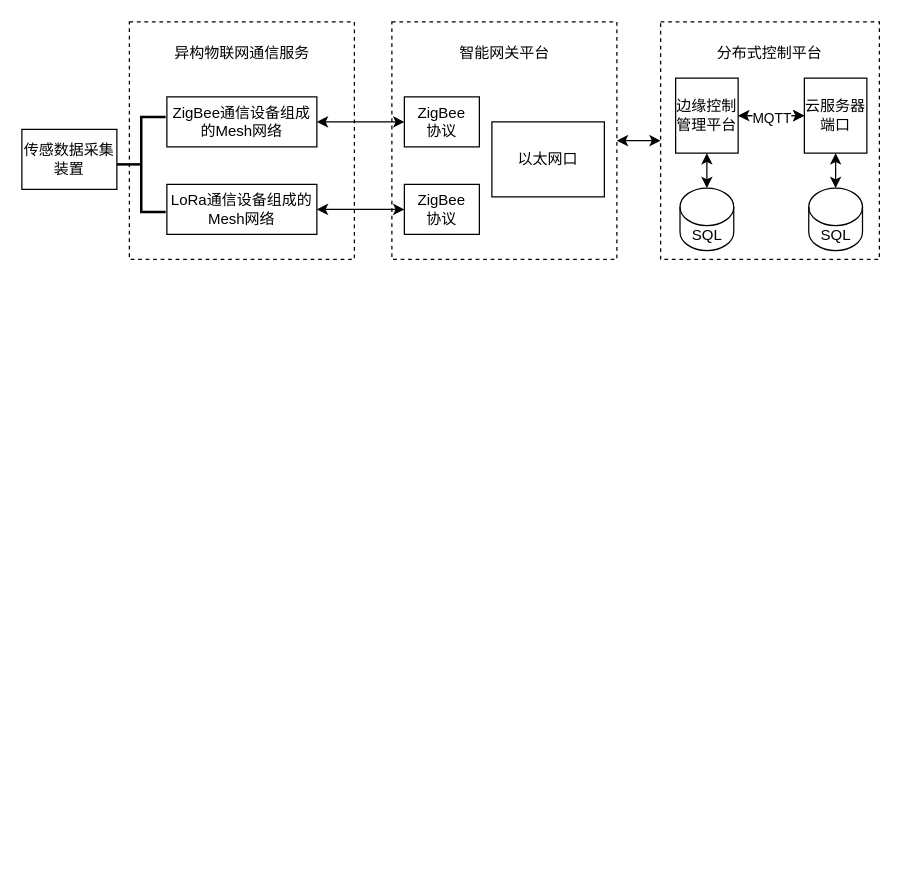
This is 后期论文.drawio from AkiraZheng/diagrams, a draw.io file, before an edit. Source tidied: cells renumbered, new cells numbered last; positions are measured from the earlier drawing's top-left corner, leaving out a move shared by most shapes. Both pictures are drawn from the tidied source at 125%, with x=0, y=0 at pixel (21, 21).
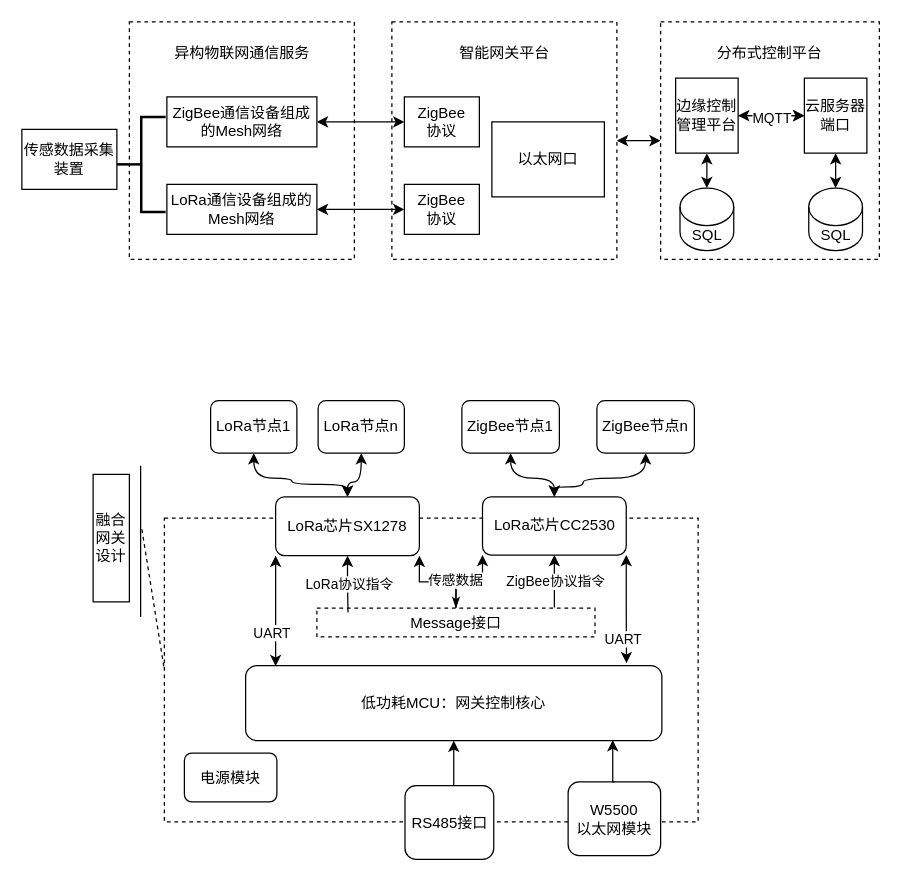
After the change.

Commit message:
更新后期论文.drawio

What changed in the source:
```diff
@@
+    <mxCell id="27" style="rounded=0;whiteSpace=wrap;html=1;dashed=1;" parent="1" vertex="1">
+      <mxGeometry x="114" y="397" width="427" height="243" as="geometry" />
+    </mxCell>
@@
+    <mxCell id="28" style="edgeStyle=orthogonalEdgeStyle;jettySize=auto;html=1;exitX=0.5;exitY=1;exitDx=0;exitDy=0;entryX=0.5;entryY=0;entryDx=0;entryDy=0;curved=1;startArrow=classic;startFill=1;" parent="1" edge="1" source="29" target="36">
+      <mxGeometry relative="1" as="geometry">
+        <Array as="points">
+          <mxPoint x="186" y="365" />
+          <mxPoint x="216" y="365" />
+          <mxPoint x="216" y="370" />
+          <mxPoint x="261" y="370" />
+        </Array>
+      </mxGeometry>
+    </mxCell>
+    <mxCell id="29" value="LoRa节点1" style="rounded=1;whiteSpace=wrap;html=1;" parent="1" vertex="1">
+      <mxGeometry x="151" y="303" width="69" height="42" as="geometry" />
+    </mxCell>
+    <mxCell id="30" style="edgeStyle=orthogonalEdgeStyle;jettySize=auto;html=1;exitX=0.5;exitY=1;exitDx=0;exitDy=0;entryX=0.5;entryY=0;entryDx=0;entryDy=0;curved=1;startArrow=classic;startFill=1;" parent="1" edge="1" source="31" target="36">
+      <mxGeometry relative="1" as="geometry">
+        <Array as="points">
+          <mxPoint x="272" y="368" />
+          <mxPoint x="261" y="368" />
+        </Array>
+      </mxGeometry>
+    </mxCell>
+    <mxCell id="31" value="LoRa节点n" style="rounded=1;whiteSpace=wrap;html=1;" parent="1" vertex="1">
+      <mxGeometry x="237" y="303" width="69" height="42" as="geometry" />
+    </mxCell>
+    <mxCell id="32" style="edgeStyle=orthogonalEdgeStyle;jettySize=auto;html=1;exitX=0.5;exitY=1;exitDx=0;exitDy=0;entryX=0.5;entryY=0;entryDx=0;entryDy=0;curved=1;startArrow=classic;startFill=1;" parent="1" edge="1" source="33" target="39">
+      <mxGeometry relative="1" as="geometry" />
+    </mxCell>
+    <mxCell id="33" value="ZigBee节点1" style="rounded=1;whiteSpace=wrap;html=1;" parent="1" vertex="1">
+      <mxGeometry x="352" y="303" width="78" height="42" as="geometry" />
+    </mxCell>
+    <mxCell id="34" style="edgeStyle=orthogonalEdgeStyle;jettySize=auto;html=1;exitX=0.5;exitY=1;exitDx=0;exitDy=0;entryX=0.5;entryY=0;entryDx=0;entryDy=0;curved=1;startArrow=classic;startFill=1;" parent="1" edge="1" source="35" target="39">
+      <mxGeometry relative="1" as="geometry">
+        <Array as="points">
+          <mxPoint x="499" y="365" />
+          <mxPoint x="449" y="365" />
+          <mxPoint x="449" y="372" />
+          <mxPoint x="426" y="372" />
+        </Array>
+      </mxGeometry>
+    </mxCell>
+    <mxCell id="35" value="ZigBee节点n" style="rounded=1;whiteSpace=wrap;html=1;" parent="1" vertex="1">
+      <mxGeometry x="460" y="303" width="78" height="42" as="geometry" />
+    </mxCell>
+    <mxCell id="36" value="LoRa芯片SX1278" style="rounded=1;whiteSpace=wrap;html=1;" parent="1" vertex="1">
+      <mxGeometry x="203" y="380" width="115" height="47" as="geometry" />
+    </mxCell>
+    <mxCell id="37" style="edgeStyle=orthogonalEdgeStyle;rounded=0;jettySize=auto;html=1;exitX=0.5;exitY=1;exitDx=0;exitDy=0;startArrow=classic;startFill=1;endArrow=none;endFill=0;" parent="1" edge="1" source="39">
+      <mxGeometry relative="1" as="geometry">
+        <mxPoint x="426" y="468.4" as="targetPoint" />
+      </mxGeometry>
+    </mxCell>
+    <mxCell id="38" value="ZigBee协议指令" style="edgeLabel;html=1;align=center;verticalAlign=middle;" parent="37" vertex="1">
+      <mxGeometry x="0.03" relative="1" as="geometry" />
+    </mxCell>
+    <mxCell id="39" value="LoRa芯片CC2530" style="rounded=1;whiteSpace=wrap;html=1;" parent="1" vertex="1">
+      <mxGeometry x="368.5" y="380" width="115" height="46.5" as="geometry" />
+    </mxCell>
+    <mxCell id="40" style="edgeStyle=orthogonalEdgeStyle;rounded=0;jettySize=auto;html=1;exitX=0.5;exitY=0;exitDx=0;exitDy=0;entryX=1;entryY=1;entryDx=0;entryDy=0;" parent="1" edge="1" source="43" target="36">
+      <mxGeometry relative="1" as="geometry" />
+    </mxCell>
+    <mxCell id="41" style="edgeStyle=orthogonalEdgeStyle;rounded=0;jettySize=auto;html=1;exitX=0.5;exitY=0;exitDx=0;exitDy=0;entryX=0;entryY=1;entryDx=0;entryDy=0;startArrow=classicThin;startFill=1;" parent="1" edge="1" source="43" target="39">
+      <mxGeometry relative="1" as="geometry" />
+    </mxCell>
+    <mxCell id="42" value="传感数据" style="edgeLabel;html=1;align=center;verticalAlign=middle;" parent="41" vertex="1">
+      <mxGeometry x="-0.33" y="2" relative="1" as="geometry">
+        <mxPoint x="-1" y="1" as="offset" />
+      </mxGeometry>
+    </mxCell>
+    <mxCell id="43" value="Message接口" style="rounded=0;whiteSpace=wrap;html=1;dashed=1;" parent="1" vertex="1">
+      <mxGeometry x="236" y="469" width="222.5" height="23" as="geometry" />
+    </mxCell>
+    <mxCell id="44" value="&lt;p style=&quot;margin-top: 0pt; margin-bottom: 0pt; direction: ltr; unicode-bidi: embed; vertical-align: baseline;&quot;&gt;低功耗MCU：网关控制核心&lt;/p&gt;" style="rounded=1;whiteSpace=wrap;html=1;" parent="1" vertex="1">
+      <mxGeometry x="179" y="515" width="333" height="60" as="geometry" />
+    </mxCell>
+    <mxCell id="45" value="电源模块" style="rounded=1;whiteSpace=wrap;html=1;" parent="1" vertex="1">
+      <mxGeometry x="130" y="585" width="74" height="39" as="geometry" />
+    </mxCell>
+    <mxCell id="46" style="edgeStyle=orthogonalEdgeStyle;rounded=0;jettySize=auto;html=1;exitX=0.5;exitY=0;exitDx=0;exitDy=0;entryX=0.5;entryY=1;entryDx=0;entryDy=0;" parent="1" edge="1" source="47" target="44">
+      <mxGeometry relative="1" as="geometry" />
+    </mxCell>
+    <mxCell id="47" value="RS485接口" style="rounded=1;whiteSpace=wrap;html=1;" parent="1" vertex="1">
+      <mxGeometry x="306.5" y="611" width="71" height="59" as="geometry" />
+    </mxCell>
+    <mxCell id="48" value="W5500&lt;br&gt;以太网模块" style="rounded=1;whiteSpace=wrap;html=1;" parent="1" vertex="1">
+      <mxGeometry x="437" y="608" width="74" height="59" as="geometry" />
+    </mxCell>
+    <mxCell id="49" style="edgeStyle=orthogonalEdgeStyle;rounded=0;jettySize=auto;html=1;exitX=0.5;exitY=0;exitDx=0;exitDy=0;entryX=0.882;entryY=0.993;entryDx=0;entryDy=0;entryPerimeter=0;" parent="1" edge="1" source="48" target="44">
+      <mxGeometry relative="1" as="geometry" />
+    </mxCell>
+    <mxCell id="50" style="edgeStyle=orthogonalEdgeStyle;rounded=0;jettySize=auto;html=1;exitX=1;exitY=1;exitDx=0;exitDy=0;entryX=0.915;entryY=-0.033;entryDx=0;entryDy=0;entryPerimeter=0;endArrow=classic;endFill=1;startArrow=classic;startFill=1;" parent="1" edge="1" source="39" target="44">
+      <mxGeometry relative="1" as="geometry" />
+    </mxCell>
+    <mxCell id="51" value="UART" style="edgeLabel;html=1;align=center;verticalAlign=middle;" parent="50" vertex="1">
+      <mxGeometry x="0.56" y="-3" relative="1" as="geometry">
+        <mxPoint y="-1" as="offset" />
+      </mxGeometry>
+    </mxCell>
+    <mxCell id="52" style="edgeStyle=orthogonalEdgeStyle;rounded=0;jettySize=auto;html=1;exitX=0;exitY=1;exitDx=0;exitDy=0;entryX=0.072;entryY=0.007;entryDx=0;entryDy=0;entryPerimeter=0;startArrow=classic;startFill=1;endArrow=classic;endFill=1;" parent="1" edge="1" source="36" target="44">
+      <mxGeometry relative="1" as="geometry" />
+    </mxCell>
+    <mxCell id="53" value="UART" style="edgeLabel;html=1;align=center;verticalAlign=middle;" parent="52" vertex="1">
+      <mxGeometry x="0.4" y="-3" relative="1" as="geometry" />
+    </mxCell>
+    <mxCell id="54" style="edgeStyle=orthogonalEdgeStyle;rounded=0;jettySize=auto;html=1;exitX=0.5;exitY=1;exitDx=0;exitDy=0;entryX=0.112;entryY=0.148;entryDx=0;entryDy=0;entryPerimeter=0;startArrow=classic;startFill=1;endArrow=none;endFill=0;" parent="1" edge="1" source="36" target="43">
+      <mxGeometry relative="1" as="geometry" />
+    </mxCell>
+    <mxCell id="55" value="LoRa协议指令" style="edgeLabel;html=1;align=center;verticalAlign=middle;" parent="54" vertex="1">
+      <mxGeometry x="-0.02" y="1" relative="1" as="geometry">
+        <mxPoint y="1" as="offset" />
+      </mxGeometry>
+    </mxCell>
+    <mxCell id="56" value="融合网关设计" style="rounded=0;whiteSpace=wrap;html=1;" parent="1" vertex="1">
+      <mxGeometry x="57" y="362" width="29" height="102" as="geometry" />
+    </mxCell>
+    <mxCell id="57" style="endArrow=none;html=1;rounded=0;entryX=0.5;entryY=1;entryDx=0;entryDy=0;exitX=0.5;exitY=0;exitDx=0;exitDy=0;" parent="1" edge="1">
+      <mxGeometry relative="1" as="geometry">
+        <mxPoint x="95" y="476" as="sourcePoint" />
+        <mxPoint x="95" y="355" as="targetPoint" />
+      </mxGeometry>
+    </mxCell>
+    <mxCell id="58" style="endArrow=none;html=1;rounded=0;entryX=0;entryY=0.5;entryDx=0;entryDy=0;dashed=1;" parent="1" edge="1" target="27">
+      <mxGeometry relative="1" as="geometry">
+        <mxPoint x="96" y="406" as="sourcePoint" />
+      </mxGeometry>
+    </mxCell>
```
